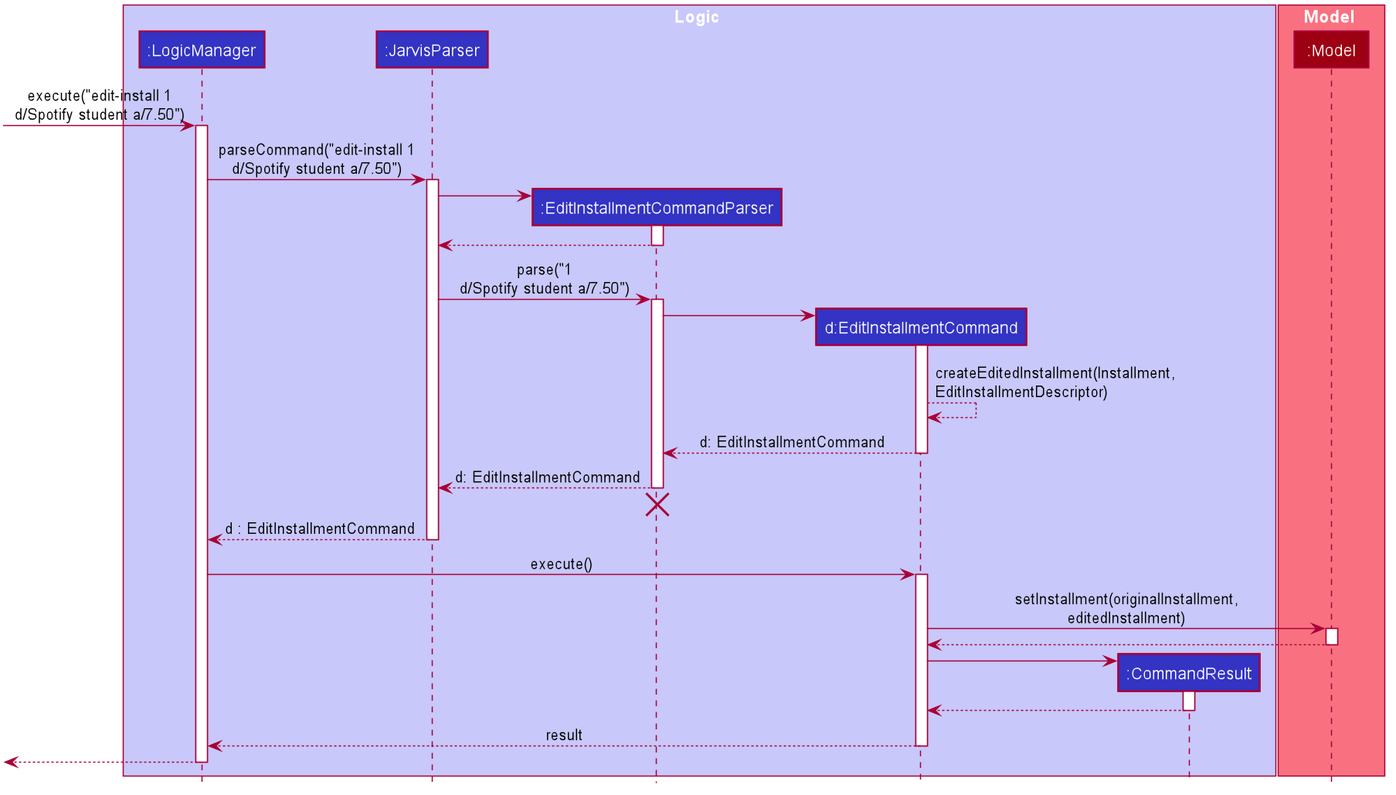
The PlantUML diagram docs/images/EditInstallmentSequenceDiagram.png in nus-cs2103-AY1920S1/addressbook-level3, before a commit.
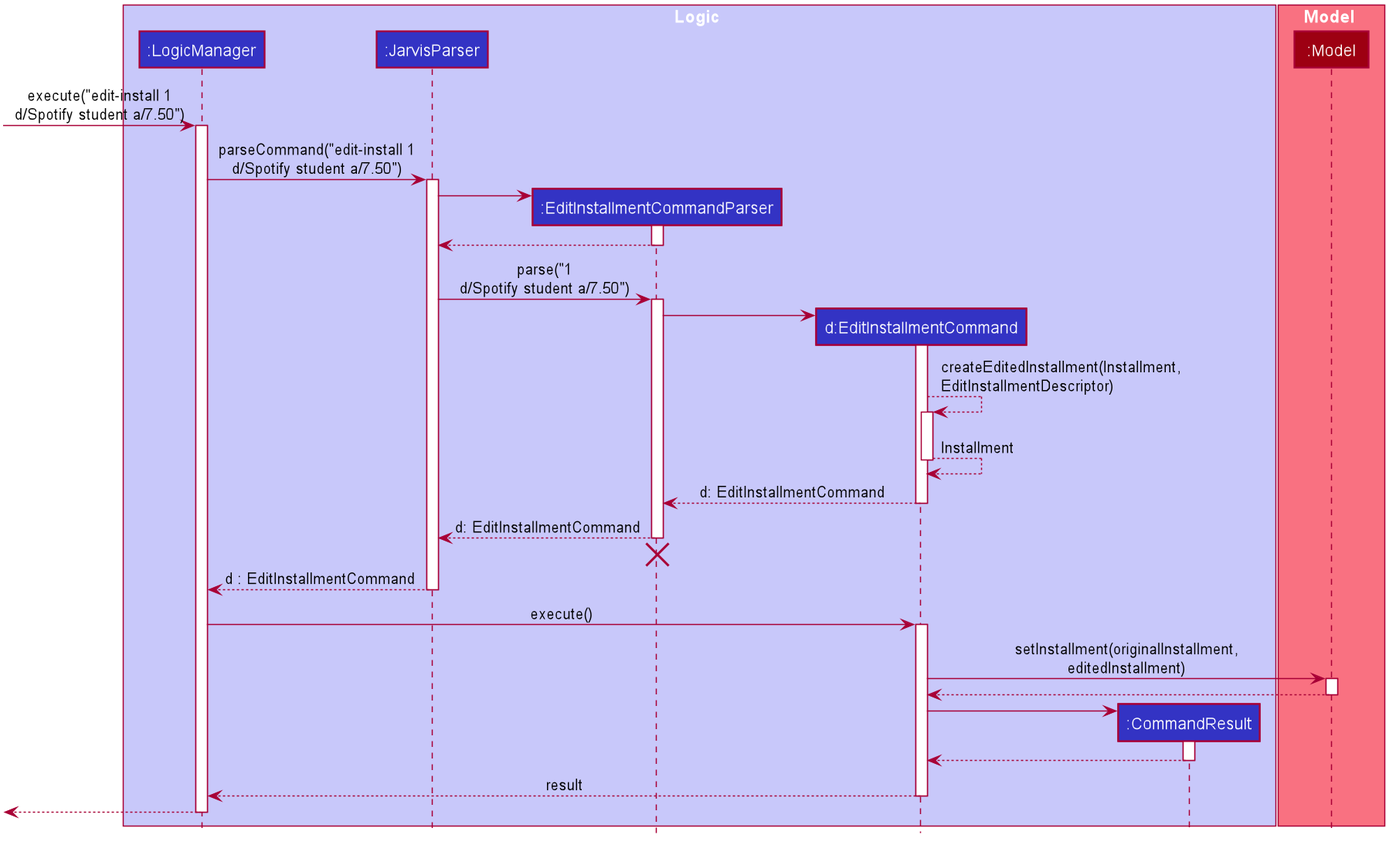
Later version of the same file.

Commit message:
Edit sequence diagram

The edit, as a diff of the source:
```diff
@@ -81,7 +81,9 @@
 activate EditInstallmentCommand
 
 EditInstallmentCommand --> EditInstallmentCommand : createEditedInstallment(Installment,\nEditInstallmentDescriptor)
-
+activate EditInstallmentCommand
+EditInstallmentCommand --> EditInstallmentCommand : Installment
+deactivate EditInstallmentCommand
 EditInstallmentCommand --> EditInstallmentCommandParser : d: EditInstallmentCommand
 deactivate EditInstallmentCommand
 
```
